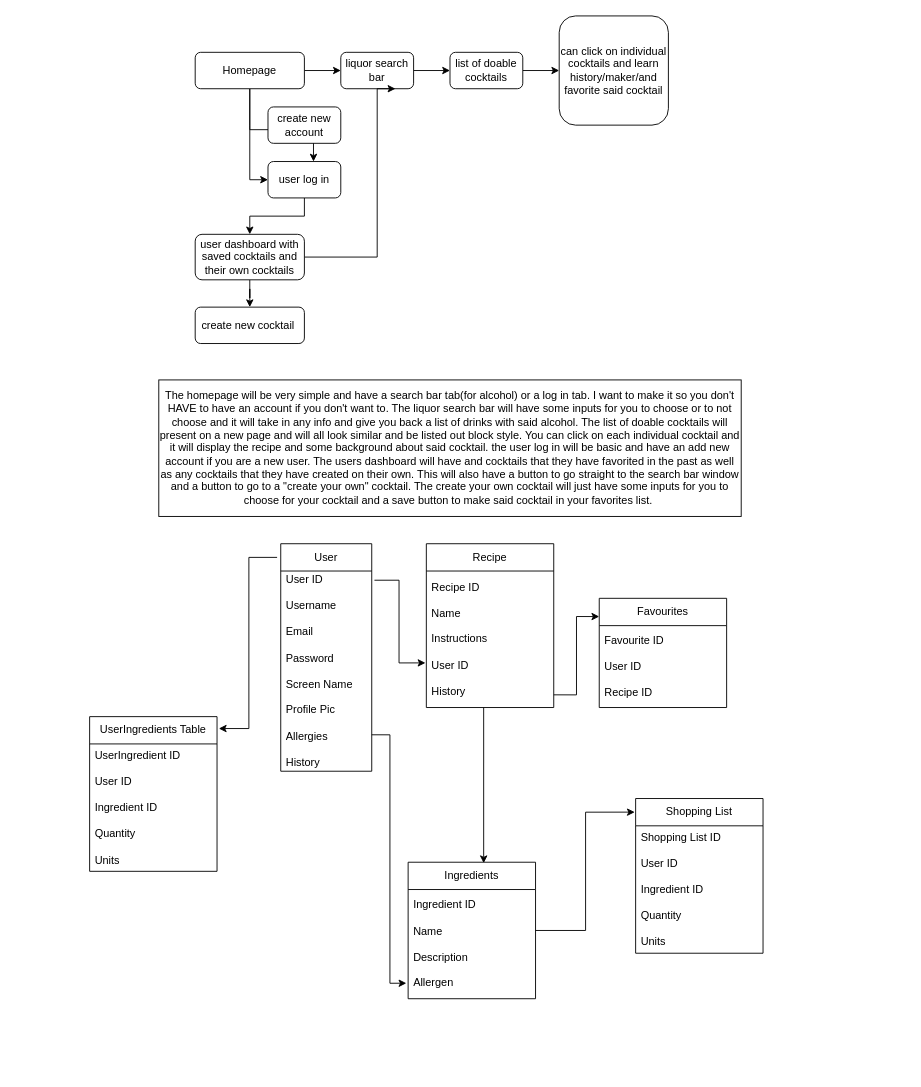
This is Untitled Diagram.drawio from cowman166/diagram, a draw.io file, before an edit. Source tidied: cells renumbered, new cells numbered last; positions are measured from the earlier drawing's top-left corner, leaving out a move shared by most shapes. Both pictures are drawn from the tidied source at 91%, with x=0, y=0 at pixel (89, 15).
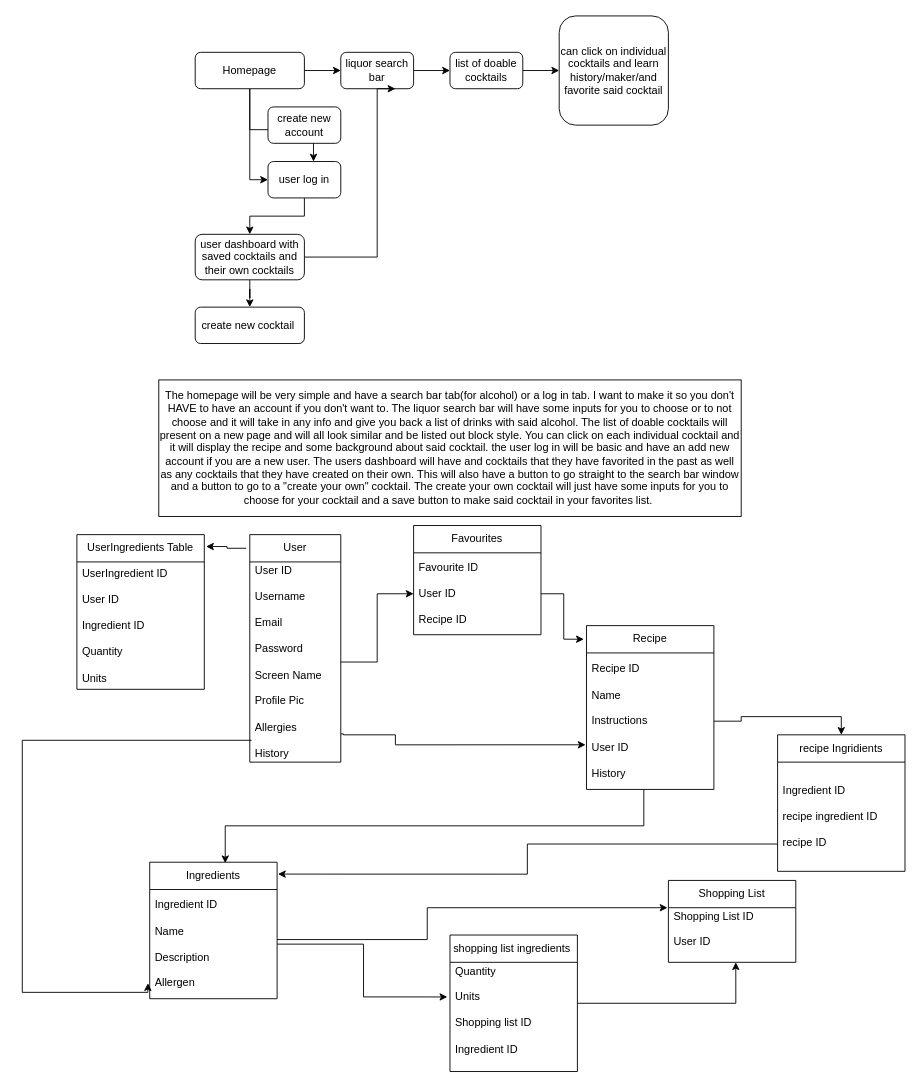
After the change.

The change refers to these unchanged cells:
```xml
<mxCell id="22" value="Ingredient ID&lt;div&gt;&lt;br&gt;&lt;/div&gt;&lt;div&gt;Name&lt;/div&gt;&lt;div&gt;&lt;br&gt;&lt;/div&gt;&lt;div&gt;Description&lt;/div&gt;&lt;div&gt;&lt;br&gt;&lt;/div&gt;&lt;div&gt;Allergen&lt;/div&gt;" style="text;strokeColor=none;fillColor=none;align=left;verticalAlign=middle;spacingLeft=4;spacingRight=4;overflow=hidden;points=[[0,0.5],[1,0.5]];portConstraint=eastwest;whiteSpace=wrap;html=1;" parent="21" vertex="1">
  <mxGeometry y="30" width="140" height="120" as="geometry" />
</mxCell>
<mxCell id="24" value="Recipe ID&lt;div&gt;&lt;br&gt;&lt;/div&gt;&lt;div&gt;Name&lt;/div&gt;&lt;div&gt;&lt;br&gt;&lt;/div&gt;&lt;div&gt;Instructions&lt;/div&gt;&lt;div&gt;&lt;br&gt;&lt;/div&gt;&lt;div&gt;User ID&lt;/div&gt;&lt;div&gt;&lt;br&gt;&lt;/div&gt;&lt;div&gt;History&lt;/div&gt;" style="text;strokeColor=none;fillColor=none;align=left;verticalAlign=middle;spacingLeft=4;spacingRight=4;overflow=hidden;points=[[0,0.5],[1,0.5]];portConstraint=eastwest;whiteSpace=wrap;html=1;" parent="23" vertex="1">
  <mxGeometry y="30" width="140" height="150" as="geometry" />
</mxCell>
<mxCell id="26" value="Favourite ID&lt;div&gt;&lt;br&gt;&lt;div&gt;User ID&lt;/div&gt;&lt;div&gt;&lt;br&gt;&lt;/div&gt;&lt;div&gt;Recipe ID&lt;/div&gt;&lt;/div&gt;" style="text;strokeColor=none;fillColor=none;align=left;verticalAlign=middle;spacingLeft=4;spacingRight=4;overflow=hidden;points=[[0,0.5],[1,0.5]];portConstraint=eastwest;whiteSpace=wrap;html=1;" parent="25" vertex="1">
  <mxGeometry y="30" width="140" height="90" as="geometry" />
</mxCell>
<mxCell id="28" value="User ID&lt;div&gt;&lt;br&gt;&lt;div&gt;Username&lt;/div&gt;&lt;div&gt;&lt;br&gt;&lt;/div&gt;&lt;div&gt;Email&lt;/div&gt;&lt;div&gt;&lt;br&gt;&lt;/div&gt;&lt;div&gt;Password&lt;/div&gt;&lt;div&gt;&lt;br&gt;&lt;/div&gt;&lt;div&gt;Screen Name&lt;/div&gt;&lt;div&gt;&lt;br&gt;&lt;/div&gt;&lt;div&gt;Profile Pic&lt;/div&gt;&lt;div&gt;&lt;br&gt;&lt;/div&gt;&lt;div&gt;Allergies&lt;/div&gt;&lt;div&gt;&lt;br&gt;&lt;/div&gt;&lt;div&gt;History&lt;/div&gt;&lt;/div&gt;" style="text;strokeColor=none;fillColor=none;align=left;verticalAlign=middle;spacingLeft=4;spacingRight=4;overflow=hidden;points=[[0,0.5],[1,0.5]];portConstraint=eastwest;whiteSpace=wrap;html=1;" parent="27" vertex="1">
  <mxGeometry y="30" width="100" height="220" as="geometry" />
</mxCell>
```

Diff of the diagram source:
```diff
@@
-    <mxCell id="20" style="edgeStyle=orthogonalEdgeStyle;rounded=0;jettySize=auto;html=1;entryX=-0.007;entryY=0.088;entryDx=0;entryDy=0;entryPerimeter=0;" parent="1" edge="1" source="21" target="31">
-      <mxGeometry relative="1" as="geometry" />
+    <mxCell id="20" style="edgeStyle=orthogonalEdgeStyle;rounded=0;jettySize=auto;html=1;" parent="1" edge="1" source="21">
+      <mxGeometry relative="1" as="geometry">
+        <mxPoint x="635" y="980" as="targetPoint" />
+        <Array as="points">
+          <mxPoint x="371" y="1015" />
+          <mxPoint x="371" y="980" />
+          <mxPoint x="635" y="980" />
+        </Array>
+      </mxGeometry>
     </mxCell>
     <mxCell id="21" value="Ingredients" style="swimlane;fontStyle=0;horizontal=1;startSize=30;whiteSpace=wrap;html=1;" parent="1" vertex="1">
-      <mxGeometry x="350" y="930" width="140" height="150" as="geometry" />
+      <mxGeometry x="66" y="930" width="140" height="150" as="geometry" />
     </mxCell>
@@
     <mxCell id="23" value="Recipe" style="swimlane;fontStyle=0;horizontal=1;startSize=30;whiteSpace=wrap;html=1;" parent="1" vertex="1">
-      <mxGeometry x="370" y="580" width="140" height="180" as="geometry" />
+      <mxGeometry x="546" y="670" width="140" height="180" as="geometry" />
     </mxCell>
@@
     <mxCell id="25" value="Favourites" style="swimlane;fontStyle=0;horizontal=1;startSize=30;whiteSpace=wrap;html=1;" parent="1" vertex="1">
-      <mxGeometry x="560" y="640" width="140" height="120" as="geometry" />
+      <mxGeometry x="356" y="560" width="140" height="120" as="geometry" />
     </mxCell>
@@
     <mxCell id="27" value="User" style="swimlane;fontStyle=0;horizontal=1;startSize=30;whiteSpace=wrap;html=1;" parent="1" vertex="1">
-      <mxGeometry x="210" y="580" width="100" height="250" as="geometry" />
+      <mxGeometry x="176" y="570" width="100" height="250" as="geometry" />
     </mxCell>
@@
     <mxCell id="29" value="UserIngredients Table" style="swimlane;fontStyle=0;horizontal=1;startSize=30;whiteSpace=wrap;html=1;" parent="1" vertex="1">
-      <mxGeometry y="770" width="140" height="170" as="geometry" />
+      <mxGeometry x="-14" y="570" width="140" height="170" as="geometry" />
     </mxCell>
@@
     <mxCell id="31" value="Shopping List" style="swimlane;fontStyle=0;horizontal=1;startSize=30;whiteSpace=wrap;html=1;" parent="1" vertex="1">
-      <mxGeometry x="600" y="860" width="140" height="170" as="geometry" />
+      <mxGeometry x="636" y="950" width="140" height="90" as="geometry" />
     </mxCell>
-    <mxCell id="32" value="Shopping List ID&lt;div&gt;&lt;br&gt;&lt;/div&gt;&lt;div&gt;User ID&lt;/div&gt;&lt;div&gt;&lt;br&gt;&lt;/div&gt;&lt;div&gt;Ingredient ID&lt;/div&gt;&lt;div&gt;&lt;br&gt;&lt;/div&gt;&lt;div&gt;Quantity&lt;/div&gt;&lt;div&gt;&lt;br&gt;&lt;/div&gt;&lt;div&gt;Units&lt;/div&gt;" style="text;strokeColor=none;fillColor=none;align=left;verticalAlign=middle;spacingLeft=4;spacingRight=4;overflow=hidden;points=[[0,0.5],[1,0.5]];portConstraint=eastwest;whiteSpace=wrap;html=1;" parent="31" vertex="1">
-      <mxGeometry y="30" width="140" height="140" as="geometry" />
+    <mxCell id="32" value="Shopping List ID&lt;div&gt;&lt;br&gt;&lt;/div&gt;&lt;div&gt;User ID&lt;/div&gt;&lt;div&gt;&lt;br&gt;&lt;/div&gt;" style="text;strokeColor=none;fillColor=none;align=left;verticalAlign=middle;spacingLeft=4;spacingRight=4;overflow=hidden;points=[[0,0.5],[1,0.5]];portConstraint=eastwest;whiteSpace=wrap;html=1;" parent="31" vertex="1">
+      <mxGeometry y="30" width="140" height="60" as="geometry" />
     </mxCell>
-    <mxCell id="33" style="edgeStyle=orthogonalEdgeStyle;rounded=0;jettySize=auto;html=1;entryX=-0.014;entryY=0.858;entryDx=0;entryDy=0;entryPerimeter=0;exitX=1;exitY=0.818;exitDx=0;exitDy=0;exitPerimeter=0;" parent="1" edge="1" source="28" target="22">
-      <mxGeometry relative="1" as="geometry" />
+    <mxCell id="33" style="edgeStyle=orthogonalEdgeStyle;rounded=0;jettySize=auto;html=1;entryX=-0.014;entryY=0.858;entryDx=0;entryDy=0;entryPerimeter=0;exitX=0.02;exitY=0.891;exitDx=0;exitDy=0;exitPerimeter=0;" parent="1" edge="1" source="28" target="22">
+      <mxGeometry relative="1" as="geometry">
+        <Array as="points">
+          <mxPoint x="-74" y="796" />
+          <mxPoint x="-74" y="1073" />
+        </Array>
+      </mxGeometry>
     </mxCell>
-    <mxCell id="34" style="edgeStyle=orthogonalEdgeStyle;rounded=0;jettySize=auto;html=1;entryX=-0.007;entryY=0.673;entryDx=0;entryDy=0;entryPerimeter=0;exitX=1.03;exitY=0.046;exitDx=0;exitDy=0;exitPerimeter=0;" parent="1" edge="1" source="28" target="24">
-      <mxGeometry relative="1" as="geometry" />
+    <mxCell id="34" style="edgeStyle=orthogonalEdgeStyle;rounded=0;jettySize=auto;html=1;entryX=-0.007;entryY=0.673;entryDx=0;entryDy=0;entryPerimeter=0;exitX=1;exitY=0.859;exitDx=0;exitDy=0;exitPerimeter=0;" parent="1" edge="1" source="28" target="24">
+      <mxGeometry relative="1" as="geometry">
+        <Array as="points">
+          <mxPoint x="279" y="789" />
+          <mxPoint x="279" y="790" />
+          <mxPoint x="336" y="790" />
+          <mxPoint x="336" y="801" />
+        </Array>
+      </mxGeometry>
     </mxCell>
-    <mxCell id="35" style="edgeStyle=orthogonalEdgeStyle;rounded=0;jettySize=auto;html=1;entryX=0;entryY=0.167;entryDx=0;entryDy=0;entryPerimeter=0;exitX=1;exitY=0.907;exitDx=0;exitDy=0;exitPerimeter=0;" parent="1" edge="1" source="24" target="25">
-      <mxGeometry relative="1" as="geometry" />
-    </mxCell>
@@
+    <mxCell id="37" style="edgeStyle=orthogonalEdgeStyle;rounded=0;jettySize=auto;html=1;" parent="1" edge="1" source="28" target="26">
+      <mxGeometry relative="1" as="geometry" />
+    </mxCell>
+    <mxCell id="38" style="edgeStyle=orthogonalEdgeStyle;rounded=0;jettySize=auto;html=1;entryX=-0.021;entryY=0.083;entryDx=0;entryDy=0;entryPerimeter=0;" parent="1" edge="1" source="26" target="23">
+      <mxGeometry relative="1" as="geometry" />
+    </mxCell>
+    <mxCell id="39" value="recipe Ingridients" style="swimlane;fontStyle=0;horizontal=1;startSize=30;whiteSpace=wrap;html=1;" parent="1" vertex="1">
+      <mxGeometry x="756" y="790" width="140" height="150" as="geometry" />
+    </mxCell>
+    <mxCell id="40" value="Ingredient ID&lt;div&gt;&lt;br&gt;&lt;/div&gt;&lt;div&gt;recipe ingredient ID&lt;/div&gt;&lt;div&gt;&lt;br&gt;&lt;/div&gt;&lt;div&gt;recipe ID&lt;/div&gt;" style="text;strokeColor=none;fillColor=none;align=left;verticalAlign=middle;spacingLeft=4;spacingRight=4;overflow=hidden;points=[[0,0.5],[1,0.5]];portConstraint=eastwest;whiteSpace=wrap;html=1;" parent="39" vertex="1">
+      <mxGeometry y="30" width="140" height="120" as="geometry" />
+    </mxCell>
+    <mxCell id="41" style="edgeStyle=orthogonalEdgeStyle;rounded=0;jettySize=auto;html=1;exitX=1;exitY=0.5;exitDx=0;exitDy=0;entryX=0.5;entryY=0;entryDx=0;entryDy=0;" parent="1" edge="1" source="24" target="39">
+      <mxGeometry relative="1" as="geometry">
+        <Array as="points">
+          <mxPoint x="716" y="775" />
+          <mxPoint x="716" y="770" />
+          <mxPoint x="826" y="770" />
+        </Array>
+      </mxGeometry>
+    </mxCell>
+    <mxCell id="42" style="edgeStyle=orthogonalEdgeStyle;rounded=0;jettySize=auto;html=1;entryX=1.007;entryY=0.087;entryDx=0;entryDy=0;entryPerimeter=0;" parent="1" edge="1" source="40" target="21">
+      <mxGeometry relative="1" as="geometry">
+        <Array as="points">
+          <mxPoint x="481" y="910" />
+          <mxPoint x="481" y="943" />
+        </Array>
+      </mxGeometry>
+    </mxCell>
+    <mxCell id="43" value="shopping list ingredients&amp;nbsp;" style="swimlane;fontStyle=0;horizontal=1;startSize=30;whiteSpace=wrap;html=1;" parent="1" vertex="1">
+      <mxGeometry x="396" y="1010" width="140" height="150" as="geometry" />
+    </mxCell>
+    <mxCell id="44" value="Quantity&lt;div&gt;&lt;br&gt;&lt;/div&gt;&lt;div&gt;Units&lt;/div&gt;&lt;div&gt;&lt;br&gt;&lt;/div&gt;&lt;div&gt;Shopping list ID&lt;/div&gt;&lt;div&gt;&lt;br&gt;&lt;/div&gt;&lt;div&gt;Ingredient ID&lt;/div&gt;&lt;div&gt;&lt;br&gt;&lt;/div&gt;&lt;div&gt;&lt;br&gt;&lt;/div&gt;" style="text;strokeColor=none;fillColor=none;align=left;verticalAlign=middle;spacingLeft=4;spacingRight=4;overflow=hidden;points=[[0,0.5],[1,0.5]];portConstraint=eastwest;whiteSpace=wrap;html=1;" parent="43" vertex="1">
+      <mxGeometry y="30" width="140" height="120" as="geometry" />
+    </mxCell>
+    <mxCell id="45" style="edgeStyle=orthogonalEdgeStyle;rounded=0;jettySize=auto;html=1;entryX=-0.021;entryY=0.317;entryDx=0;entryDy=0;entryPerimeter=0;" parent="1" edge="1" source="22" target="44">
+      <mxGeometry relative="1" as="geometry" />
+    </mxCell>
+    <mxCell id="46" style="edgeStyle=orthogonalEdgeStyle;rounded=0;jettySize=auto;html=1;entryX=0.529;entryY=1;entryDx=0;entryDy=0;entryPerimeter=0;" parent="1" edge="1" source="43" target="32">
+      <mxGeometry relative="1" as="geometry" />
+    </mxCell>
```
